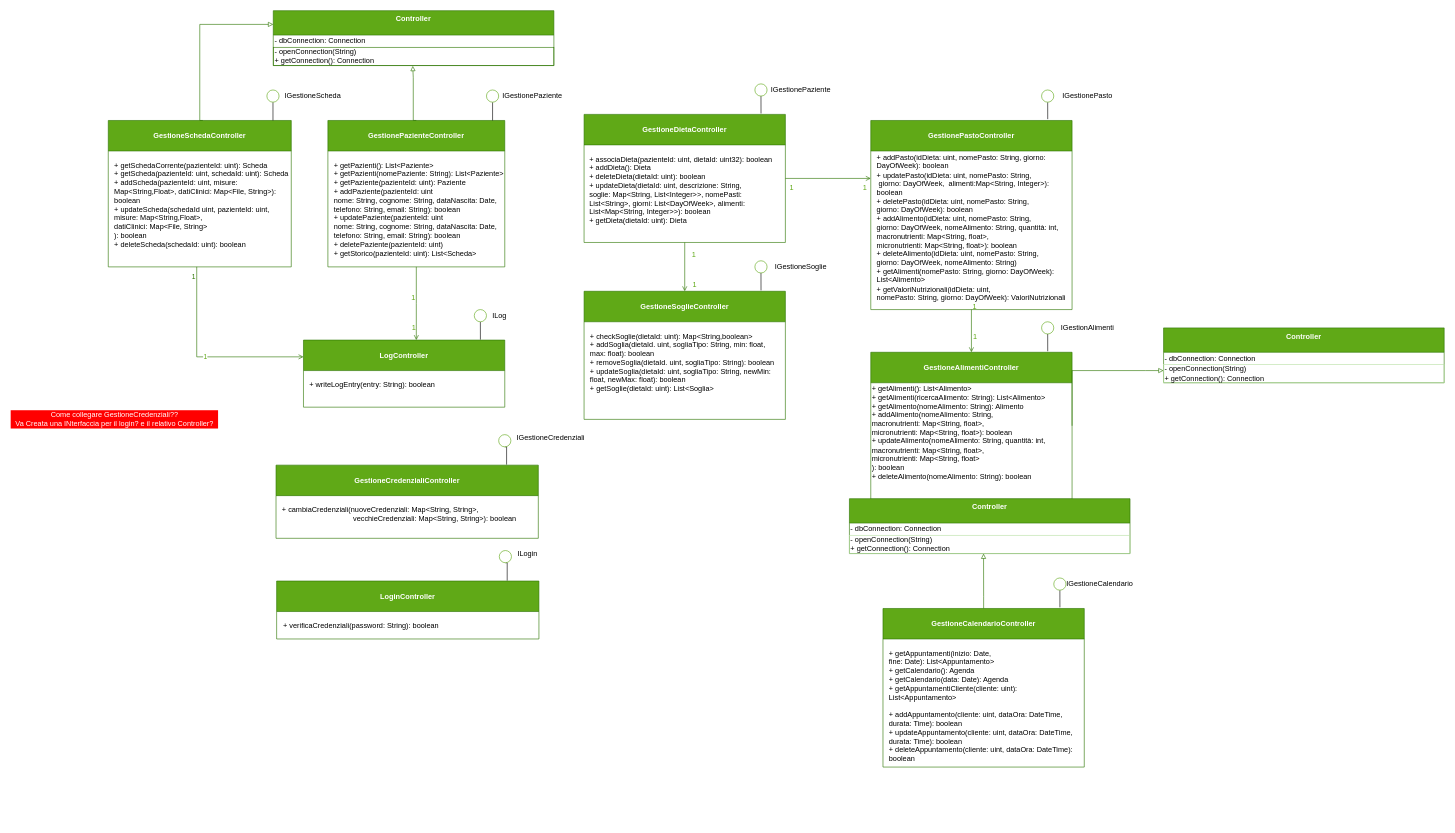
The draw.io diagram UML/UML_controller.drawio in DeborohNoah/IngSoft, before the edit. Source tidied: cells renumbered, new cells numbered last; positions are measured from the earlier drawing's top-left corner, leaving out a move shared by most shapes. Both pictures are drawn from the tidied source at 61%, with x=0, y=0 at pixel (10, 10).
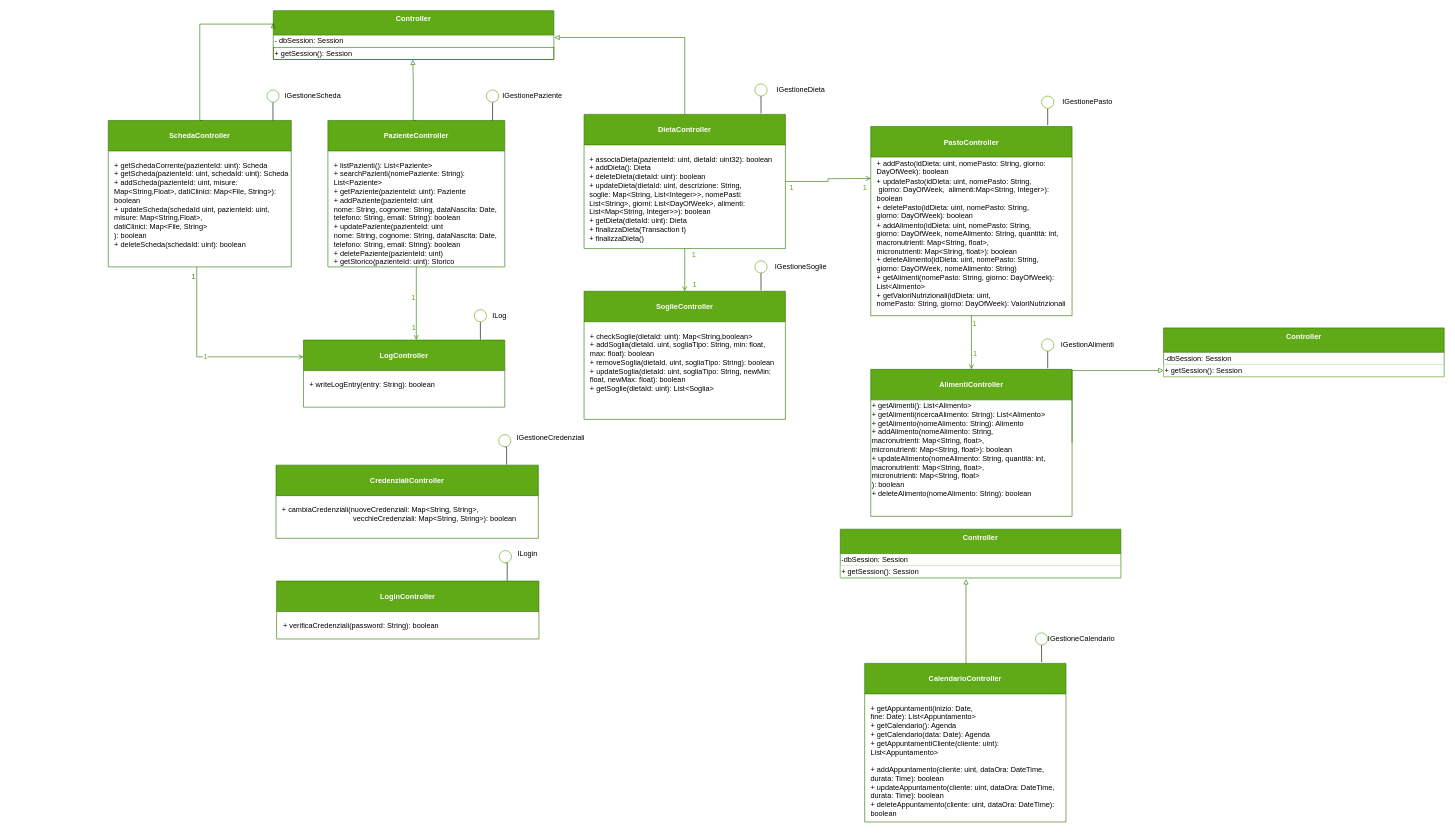
After the change.

Commit message (it also covers changes not shown here):
correzione interazioni, controller e interazione db

Unchanged cells that the change refers to:
```xml
<mxCell id="11" style="group;" parent="1" vertex="1">
  <mxGeometry x="520" y="130" width="390" height="320" as="geometry" />
</mxCell>
<mxCell id="17" style="group;" parent="1" vertex="1">
  <mxGeometry x="940" y="410" width="410" height="260" as="geometry" />
</mxCell>
<mxCell id="49" style="group;" parent="1" vertex="1">
  <mxGeometry x="520" y="690" width="430" height="260" as="geometry" />
</mxCell>
<mxCell id="80" style="group;" parent="1" vertex="1">
  <mxGeometry x="160" y="130" width="395" height="290" as="geometry" />
</mxCell>
```

What changed in the source:
```diff
@@
     <mxCell id="2" value="Controller" style="swimlane;fontStyle=1;align=center;verticalAlign=top;horizontal=1;startSize=40;fillColor=#60a917;strokeColor=#2D7600;fontColor=#ffffff;" parent="1" vertex="1">
-      <mxGeometry x="430.5" width="460" height="90" as="geometry" />
+      <mxGeometry x="430.5" width="460" height="80" as="geometry" />
     </mxCell>
-    <mxCell id="3" value="- dbConnection: Connection" style="text;html=1;align=left;verticalAlign=middle;points=[];strokeColor=none;fillColor=none;" parent="2" vertex="1">
+    <mxCell id="3" value="- dbSession: Session" style="text;html=1;align=left;verticalAlign=middle;points=[];strokeColor=none;fillColor=none;" parent="2" vertex="1">
       <mxGeometry y="40" width="460" height="20" as="geometry" />
     </mxCell>
-    <mxCell id="4" value="- openConnection(String)&lt;br&gt;+ getConnection(): Connection" style="text;html=1;align=left;verticalAlign=middle;points=[];strokeColor=#2D7600;fillColor=none;" parent="2" vertex="1">
-      <mxGeometry y="60" width="460" height="30" as="geometry" />
+    <mxCell id="4" value="+ getSession(): Session" style="text;html=1;align=left;verticalAlign=middle;points=[];strokeColor=#2D7600;fillColor=none;" parent="2" vertex="1">
+      <mxGeometry y="60" width="460" height="20" as="geometry" />
     </mxCell>
     <mxCell id="5" style="group;" parent="1" vertex="1">
-      <mxGeometry x="940" y="120" width="410" height="260" as="geometry" />
+      <mxGeometry x="940" y="120" width="410" height="270" as="geometry" />
     </mxCell>
-    <mxCell id="6" value="GestioneDietaController" style="swimlane;startSize=50;fillColor=#60a917;strokeColor=#2D7600;fontColor=#ffffff;" parent="5" vertex="1">
-      <mxGeometry y="50" width="330" height="210" as="geometry" />
+    <mxCell id="6" value="DietaController" style="swimlane;startSize=50;fillColor=#60a917;strokeColor=#2D7600;fontColor=#ffffff;" parent="5" vertex="1">
+      <mxGeometry y="50" width="330" height="220" as="geometry" />
     </mxCell>
-    <mxCell id="7" value="+ associaDieta(pazienteId: uint, dietaId: uint32): boolean&lt;br&gt;+ addDieta(): Dieta&lt;br&gt;+ deleteDieta(dietaId: uint): boolean&lt;br&gt;&lt;div&gt;+ updateDieta(dietaId: uint, descrizione: String,&amp;nbsp;&lt;/div&gt;&lt;div&gt;soglie: Map&amp;lt;String, List&amp;lt;Integer&amp;gt;&amp;gt;, nomePasti: List&amp;lt;String&amp;gt;, giorni: List&amp;lt;DayOfWeek&amp;gt;, alimenti: List&amp;lt;Map&amp;lt;String, Integer&amp;gt;&amp;gt;): boolean&lt;/div&gt;&lt;div&gt;+ getDieta(dietaId: uint): Dieta&lt;br&gt;&lt;/div&gt;" style="text;whiteSpace=wrap;html=1;" parent="6" vertex="1">
+    <mxCell id="7" value="+ associaDieta(pazienteId: uint, dietaId: uint32): boolean&lt;br&gt;+ addDieta(): Dieta&lt;br&gt;+ deleteDieta(dietaId: uint): boolean&lt;br&gt;&lt;div&gt;+ updateDieta(dietaId: uint, descrizione: String,&amp;nbsp;&lt;/div&gt;&lt;div&gt;soglie: Map&amp;lt;String, List&amp;lt;Integer&amp;gt;&amp;gt;, nomePasti: List&amp;lt;String&amp;gt;, giorni: List&amp;lt;DayOfWeek&amp;gt;, alimenti: List&amp;lt;Map&amp;lt;String, Integer&amp;gt;&amp;gt;): boolean&lt;/div&gt;&lt;div&gt;+ getDieta(dietaId: uint): Dieta&lt;br&gt;&lt;/div&gt;&lt;div&gt;+ finalizzaDieta(Transaction t)&lt;/div&gt;&lt;div&gt;+ finalizzaDieta()&lt;/div&gt;" style="text;whiteSpace=wrap;html=1;" parent="6" vertex="1">
       <mxGeometry x="7" y="60" width="312" height="30" as="geometry" />
     </mxCell>
@@
-    <mxCell id="10" value="IGestionePaziente" style="text;html=1;align=center;verticalAlign=middle;strokeColor=none;fillColor=none;" parent="5" vertex="1">
-      <mxGeometry x="300" width="110" height="20" as="geometry" />
+    <mxCell id="10" value="IGestioneDieta" style="text;html=1;align=center;verticalAlign=middle;strokeColor=none;fillColor=none;" parent="5" vertex="1">
+      <mxGeometry x="310" width="90" height="20" as="geometry" />
     </mxCell>
@@
-    <mxCell id="12" value="GestionePazienteController" style="swimlane;startSize=50;fillColor=#60a917;strokeColor=#2D7600;fontColor=#ffffff;" parent="11" vertex="1">
+    <mxCell id="12" value="PazienteController" style="swimlane;startSize=50;fillColor=#60a917;strokeColor=#2D7600;fontColor=#ffffff;" parent="11" vertex="1">
       <mxGeometry y="50" width="290" height="240" as="geometry" />
     </mxCell>
-    <mxCell id="13" value="&lt;div&gt;+ getPazienti(): List&amp;lt;Paziente&amp;gt;&lt;/div&gt;&lt;div&gt;+ getPazienti(nomePaziente: String): List&amp;lt;Paziente&amp;gt;&lt;/div&gt;&lt;div&gt;+ getPaziente(pazienteId: uint): Paziente&lt;/div&gt;&lt;div&gt;+ addPaziente(pazienteId: uint&lt;/div&gt;nome: String, cognome: String, dataNascita: Date, telefono: String, email: String&lt;span style=&quot;background-color: initial;&quot;&gt;): boolean&lt;/span&gt;&lt;br&gt;&lt;div&gt;+ updatePaziente(&lt;span style=&quot;background-color: initial;&quot;&gt;pazienteId: uint&lt;/span&gt;&lt;br&gt;nome: String, cognome: String, dataNascita: Date, telefono: String, email: String): boolean&lt;/div&gt;&lt;div&gt;+ deletePaziente(pazienteId: uint)&lt;/div&gt;&lt;div&gt;+ getStorico(pazienteId: uint): List&amp;lt;Scheda&amp;gt;&lt;/div&gt;" style="text;whiteSpace=wrap;html=1;" parent="12" vertex="1">
+    <mxCell id="13" value="&lt;div&gt;+ listPazienti(): List&amp;lt;Paziente&amp;gt;&lt;/div&gt;&lt;div&gt;+ searchPazienti(nomePaziente: String): List&amp;lt;Paziente&amp;gt;&lt;/div&gt;&lt;div&gt;+ getPaziente(pazienteId: uint): Paziente&lt;/div&gt;&lt;div&gt;+ addPaziente(pazienteId: uint&lt;/div&gt;nome: String, cognome: String, dataNascita: Date, telefono: String, email: String&lt;span style=&quot;background-color: initial;&quot;&gt;): boolean&lt;/span&gt;&lt;br&gt;&lt;div&gt;+ updatePaziente(&lt;span style=&quot;background-color: initial;&quot;&gt;pazienteId: uint&lt;/span&gt;&lt;br&gt;nome: String, cognome: String, dataNascita: Date, telefono: String, email: String): boolean&lt;/div&gt;&lt;div&gt;+ deletePaziente(pazienteId: uint)&lt;/div&gt;&lt;div&gt;+ getStorico(pazienteId: uint): Storico&lt;/div&gt;" style="text;whiteSpace=wrap;html=1;" parent="12" vertex="1">
       <mxGeometry x="8" y="60" width="290" height="30" as="geometry" />
     </mxCell>
@@
-    <mxCell id="18" value="GestioneSoglieController" style="swimlane;startSize=50;fillColor=#60a917;strokeColor=#2D7600;fontColor=#ffffff;" parent="17" vertex="1">
+    <mxCell id="18" value="SoglieController" style="swimlane;startSize=50;fillColor=#60a917;strokeColor=#2D7600;fontColor=#ffffff;" parent="17" vertex="1">
       <mxGeometry y="50" width="330" height="210" as="geometry" />
     </mxCell>
@@
     <mxCell id="23" style="group;" parent="1" vertex="1">
-      <mxGeometry x="1410" y="130" width="480" height="360" as="geometry" />
+      <mxGeometry x="1410" y="140" width="480" height="360" as="geometry" />
     </mxCell>
-    <mxCell id="24" value="GestionePastoController" style="swimlane;startSize=50;fillColor=#60a917;strokeColor=#2D7600;fontColor=#ffffff;" parent="23" vertex="1">
+    <mxCell id="24" value="PastoController" style="swimlane;startSize=50;fillColor=#60a917;strokeColor=#2D7600;fontColor=#ffffff;" parent="23" vertex="1">
       <mxGeometry y="50" width="330" height="310" as="geometry" />
     </mxCell>
@@
     <mxCell id="29" style="group;" parent="1" vertex="1">
-      <mxGeometry x="1410" y="510" width="410" height="291" as="geometry" />
+      <mxGeometry x="1410" y="538" width="410" height="291" as="geometry" />
     </mxCell>
-    <mxCell id="30" value="GestioneAlimentiController" style="swimlane;startSize=50;fillColor=#60a917;strokeColor=#2D7600;fontColor=#ffffff;" parent="29" vertex="1">
+    <mxCell id="30" value="AlimentiController" style="swimlane;startSize=50;fillColor=#60a917;strokeColor=#2D7600;fontColor=#ffffff;" parent="29" vertex="1">
       <mxGeometry y="50" width="330" height="241" as="geometry" />
     </mxCell>
@@
-    <mxCell id="50" value="GestioneCredenzialiController" style="swimlane;startSize=50;fillColor=#60a917;strokeColor=#2D7600;fontColor=#ffffff;" parent="49" vertex="1">
+    <mxCell id="50" value="CredenzialiController" style="swimlane;startSize=50;fillColor=#60a917;strokeColor=#2D7600;fontColor=#ffffff;" parent="49" vertex="1">
       <mxGeometry x="-85" y="55" width="430" height="120" as="geometry" />
     </mxCell>
@@
     <mxCell id="55" style="group;" parent="1" vertex="1">
-      <mxGeometry x="1430" y="930" width="420" height="310" as="geometry" />
+      <mxGeometry x="1400" y="1020" width="420" height="310" as="geometry" />
     </mxCell>
-    <mxCell id="56" value="GestioneCalendarioController" style="swimlane;startSize=50;fillColor=#60a917;strokeColor=#2D7600;fontColor=#ffffff;" parent="55" vertex="1">
+    <mxCell id="56" value="CalendarioController" style="swimlane;startSize=50;fillColor=#60a917;strokeColor=#2D7600;fontColor=#ffffff;" parent="55" vertex="1">
       <mxGeometry y="50" width="330" height="260" as="geometry" />
     </mxCell>
@@
     <mxCell id="71" value="Controller" style="swimlane;fontStyle=1;align=center;verticalAlign=top;horizontal=1;startSize=40;fillColor=#60a917;strokeColor=#2D7600;fontColor=#ffffff;" parent="1" vertex="1">
-      <mxGeometry x="1890" y="520" width="460" height="90" as="geometry" />
+      <mxGeometry x="1890" y="520" width="460" height="80" as="geometry" />
     </mxCell>
-    <mxCell id="72" value="- dbConnection: Connection" style="text;html=1;align=left;verticalAlign=middle;strokeColor=none;fillColor=none;" parent="71" vertex="1">
+    <mxCell id="72" value="-dbSession: Session" style="text;html=1;align=left;verticalAlign=middle;strokeColor=none;fillColor=none;" parent="71" vertex="1">
       <mxGeometry y="40" width="460" height="20" as="geometry" />
     </mxCell>
-    <mxCell id="73" value="- openConnection(String)&lt;br&gt;+ getConnection(): Connection" style="text;html=1;align=left;verticalAlign=middle;points=[];strokeColor=#B9E0A5;fillColor=none;" parent="71" vertex="1">
-      <mxGeometry y="60" width="460" height="30" as="geometry" />
+    <mxCell id="73" value="+ getSession(): Session" style="text;html=1;align=left;verticalAlign=middle;points=[];strokeColor=#B9E0A5;fillColor=none;" parent="71" vertex="1">
+      <mxGeometry y="60" width="460" height="20" as="geometry" />
     </mxCell>
@@
-    <mxCell id="75" value="Controller" style="swimlane;fontStyle=1;align=center;verticalAlign=top;horizontal=1;startSize=40;fillColor=#60a917;strokeColor=#2D7600;fontColor=#ffffff;" parent="1" vertex="1">
-      <mxGeometry x="1375" y="800" width="460" height="90" as="geometry" />
-    </mxCell>
-    <mxCell id="76" value="- dbConnection: Connection" style="text;html=1;align=left;verticalAlign=middle;strokeColor=none;fillColor=none;" parent="75" vertex="1">
-      <mxGeometry y="40" width="460" height="20" as="geometry" />
-    </mxCell>
-    <mxCell id="77" value="- openConnection(String)&lt;br&gt;+ getConnection(): Connection" style="text;html=1;align=left;verticalAlign=middle;points=[];strokeColor=#B9E0A5;fillColor=none;" parent="75" vertex="1">
-      <mxGeometry y="60" width="460" height="30" as="geometry" />
-    </mxCell>
-    <mxCell id="78" style="edgeStyle=orthogonalEdgeStyle;rounded=0;jettySize=auto;html=1;exitX=0.5;exitY=0;exitDx=0;exitDy=0;fontColor=#60A917;endArrow=block;endFill=0;entryX=0.478;entryY=1;entryDx=0;entryDy=0;entryPerimeter=0;fillColor=#60a917;strokeColor=#2D7600;" parent="1" edge="1" source="56" target="77">
+    <mxCell id="78" style="edgeStyle=orthogonalEdgeStyle;rounded=0;jettySize=auto;html=1;exitX=0.5;exitY=0;exitDx=0;exitDy=0;fontColor=#60A917;endArrow=block;endFill=0;entryX=0.448;entryY=1.095;entryDx=0;entryDy=0;entryPerimeter=0;fillColor=#60a917;strokeColor=#2D7600;" parent="1" edge="1" source="56" target="97">
       <mxGeometry relative="1" as="geometry">
         <Array as="points">
-          <mxPoint x="1595" y="960" />
+          <mxPoint x="1566" y="1070" />
         </Array>
       </mxGeometry>
     </mxCell>
-    <mxCell id="79" value="&lt;font color=&quot;#ffffff&quot;&gt;Come collegare GestioneCredenziali??&lt;br&gt;Va Creata una INterfaccia per il login? e il relativo Controller?&lt;/font&gt;" style="text;html=1;align=center;verticalAlign=middle;strokeColor=none;fillColor=#FF0000;fontColor=#60A917;" parent="1" vertex="1">
-      <mxGeometry y="655" width="340" height="30" as="geometry" />
-    </mxCell>
@@
-    <mxCell id="81" value="GestioneSchedaController" style="swimlane;startSize=50;fillColor=#60a917;strokeColor=#2D7600;fontColor=#ffffff;" parent="80" vertex="1">
+    <mxCell id="81" value="SchedaController" style="swimlane;startSize=50;fillColor=#60a917;strokeColor=#2D7600;fontColor=#ffffff;" parent="80" vertex="1">
       <mxGeometry y="50" width="300" height="240" as="geometry" />
     </mxCell>
@@
+    <mxCell id="95" style="edgeStyle=orthogonalEdgeStyle;rounded=0;jettySize=auto;html=1;exitX=0.5;exitY=0;exitDx=0;exitDy=0;entryX=1.002;entryY=0.2;entryDx=0;entryDy=0;entryPerimeter=0;endArrow=block;endFill=0;fillColor=#60a917;strokeColor=#2D7600;" parent="1" edge="1" source="6" target="3">
+      <mxGeometry relative="1" as="geometry" />
+    </mxCell>
+    <mxCell id="75" value="Controller" style="swimlane;fontStyle=1;align=center;verticalAlign=top;horizontal=1;startSize=40;fillColor=#60a917;strokeColor=#2D7600;fontColor=#ffffff;" parent="1" vertex="1">
+      <mxGeometry x="1360" y="850" width="460" height="80" as="geometry" />
+    </mxCell>
+    <mxCell id="96" value="-dbSession: Session" style="text;html=1;align=left;verticalAlign=middle;strokeColor=none;fillColor=none;" parent="75" vertex="1">
+      <mxGeometry y="40" width="460" height="20" as="geometry" />
+    </mxCell>
+    <mxCell id="97" value="+ getSession(): Session" style="text;html=1;align=left;verticalAlign=middle;points=[];strokeColor=#B9E0A5;fillColor=none;" parent="75" vertex="1">
+      <mxGeometry y="60" width="460" height="20" as="geometry" />
+    </mxCell>
```
